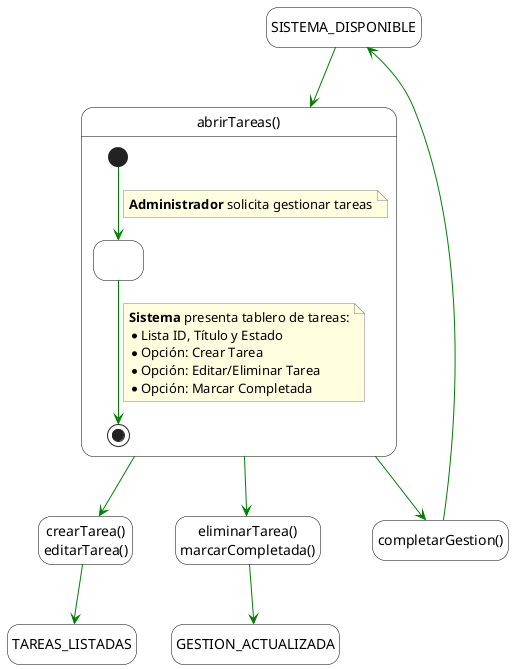
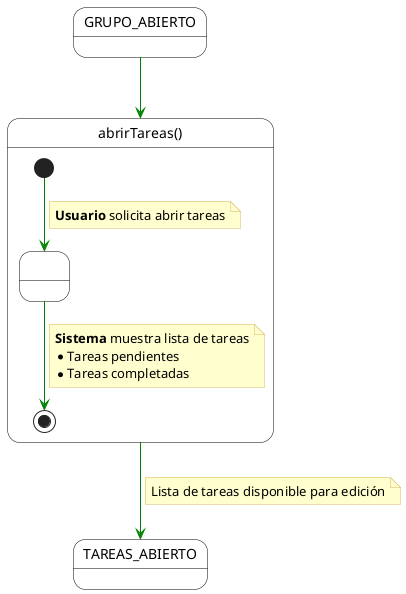
- @startuml AbrirTareas
- hide empty description
- 
+ @startuml abrirTareas
skinparam state {
    BackgroundColor White
    BorderColor Black
-     ArrowColor Green
+     ArrowColor #008000
}
skinparam note {
-     BackgroundColor LightYellow
-     BorderColor Gray
+     BackgroundColor #FEFECE
+     BorderColor #D7B75F
}

- state SISTEMA_DISPONIBLE
- state TAREAS_LISTADAS
+ state GRUPO_ABIERTO

- state "abrirTareas()" as MainBlock {
-     [*] --> Paso1
+ state "abrirTareas()" as abrirTareas {
+     state " " as Inicio <<start>>
+     state " " as Intermedio
+     state " " as Fin <<end>>
+ 
+     Inicio --> Intermedio
    note on link
-         **Administrador** solicita gestionar tareas
+         <b>Usuario</b> solicita abrir tareas
    end note

-     state Paso1 as " "
-     Paso1 --> [*]
+     Intermedio --> Fin
    note on link
-         **Sistema** presenta tablero de tareas:
-         * Lista ID, Título y Estado
-         * Opción: Crear Tarea
-         * Opción: Editar/Eliminar Tarea
-         * Opción: Marcar Completada
+         <b>Sistema</b> muestra lista de tareas
+         * Tareas pendientes
+         * Tareas completadas
    end note
}

- SISTEMA_DISPONIBLE -down-> MainBlock
+ state TAREAS_ABIERTO

- state accionesCreacion as "crearTarea()\neditarTarea()"
- MainBlock -down-> accionesCreacion
- accionesCreacion -down-> TAREAS_LISTADAS
- 
- state accionesEstado as "eliminarTarea()\nmarcarCompletada()"
- state GESTION_ACTUALIZADA
- MainBlock -down-> accionesEstado
- accionesEstado -down-> GESTION_ACTUALIZADA
- 
- state fin as "completarGestion()"
- MainBlock -down-> fin
- fin -down-> SISTEMA_DISPONIBLE
+ GRUPO_ABIERTO --> abrirTareas
+ abrirTareas --> TAREAS_ABIERTO
+ note on link
+     Lista de tareas disponible para edición
+ end note
@enduml